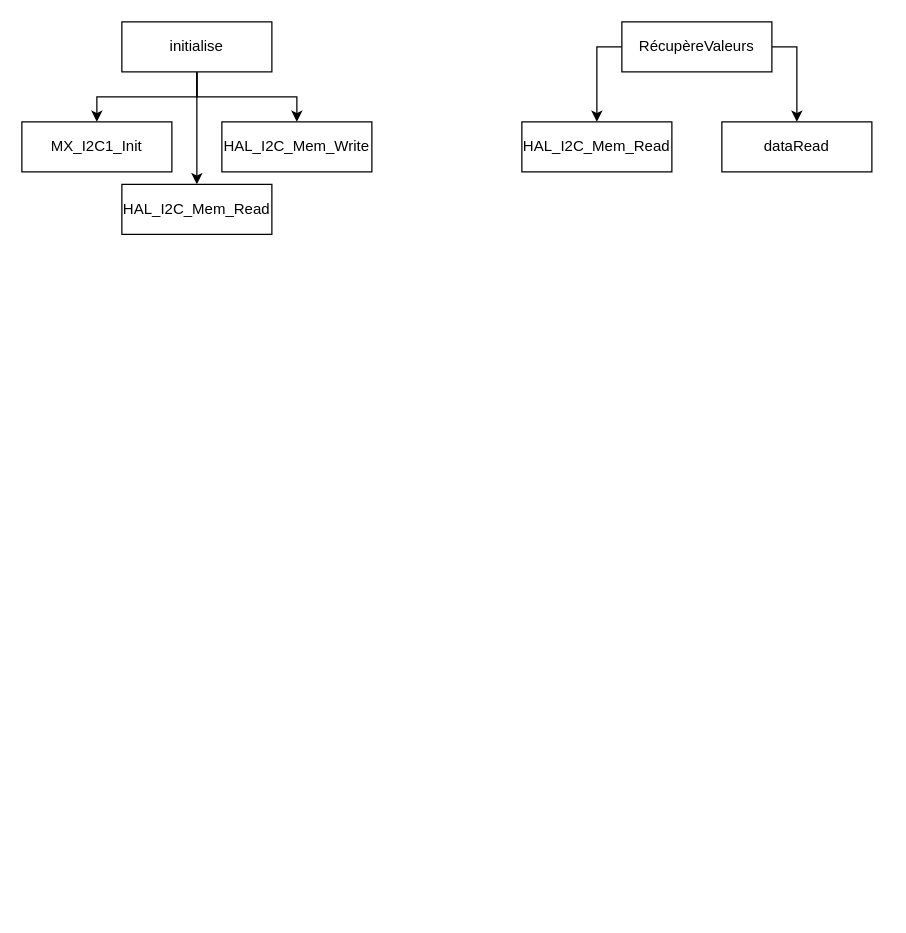
ETheoParis/ProjetDroneENSEA2023 keeps this draw.io diagram as Software/Fonctions MPU5060.drawio. Above is the earlier version. Source tidied: cells renumbered, new cells numbered last; positions are measured from the earlier drawing's top-left corner, leaving out a move shared by most shapes. Both pictures are drawn from the tidied source at 125%, with x=0, y=0 at pixel (21, 21).
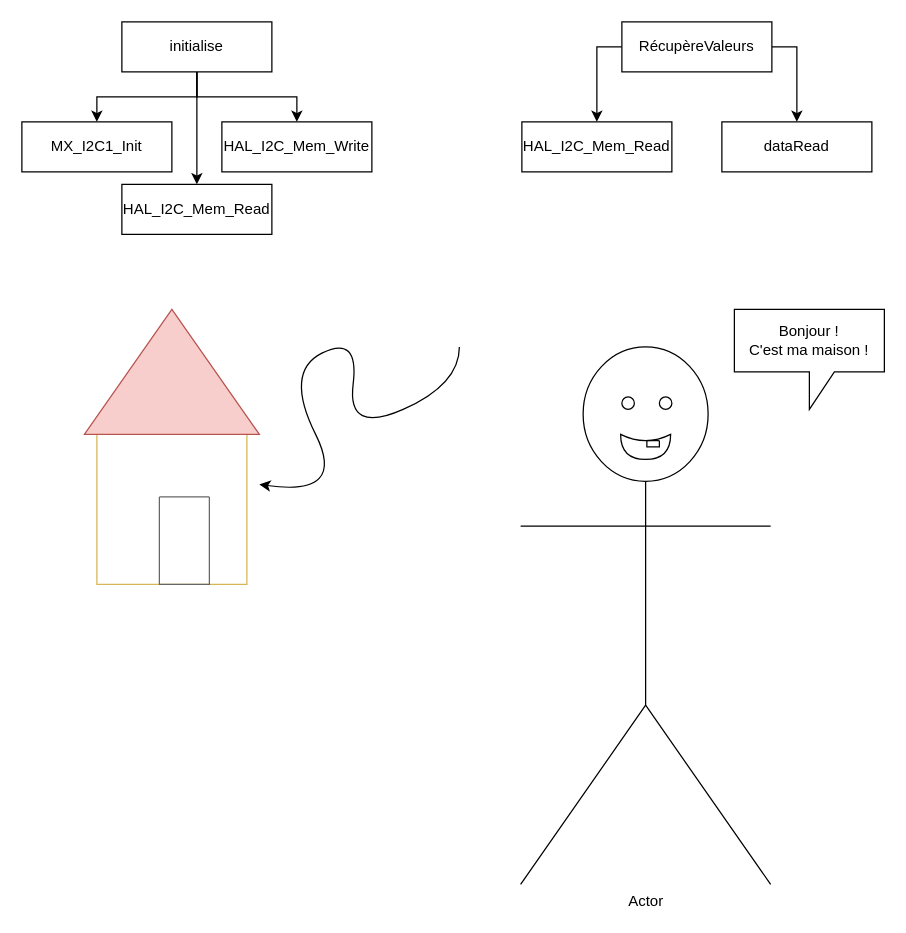
The same diagram, later.

Commit message (it also covers changes not shown here):
Mettre à jour Fonctions MPU5060.drawio

Change to the diagram source:
```diff
@@
+    <mxCell id="14" value="Actor" style="shape=umlActor;verticalLabelPosition=bottom;verticalAlign=top;html=1;" parent="1" vertex="1">
+      <mxGeometry x="399" y="260" width="200" height="430" as="geometry" />
+    </mxCell>
+    <mxCell id="15" value="Bonjour !&lt;br&gt;C'est ma maison !" style="shape=callout;whiteSpace=wrap;html=1;perimeter=calloutPerimeter;" parent="1" vertex="1">
+      <mxGeometry x="570" y="230" width="120" height="80" as="geometry" />
+    </mxCell>
+    <mxCell id="16" style="swimlane;startSize=0;fillColor=#fff2cc;strokeColor=#d6b656;fillStyle=auto;" parent="1" vertex="1">
+      <mxGeometry x="60" y="330" width="120" height="120" as="geometry" />
+    </mxCell>
+    <mxCell id="17" style="swimlane;startSize=0;fillColor=#f5f5f5;fontColor=#333333;strokeColor=#666666;" parent="16" vertex="1">
+      <mxGeometry x="50" y="50" width="40" height="70" as="geometry" />
+    </mxCell>
+    <mxCell id="18" style="triangle;whiteSpace=wrap;html=1;rotation=-90;fillColor=#f8cecc;strokeColor=#b85450;" parent="1" vertex="1">
+      <mxGeometry x="70" y="210" width="100" height="140" as="geometry" />
+    </mxCell>
+    <mxCell id="19" style="curved=1;endArrow=classic;html=1;rounded=0;" parent="1" edge="1">
+      <mxGeometry relative="1" as="geometry">
+        <mxPoint x="350" y="260" as="sourcePoint" />
+        <mxPoint x="190" y="370" as="targetPoint" />
+        <Array as="points">
+          <mxPoint x="350" y="290" />
+          <mxPoint x="260" y="330" />
+          <mxPoint x="270" y="250" />
+          <mxPoint x="210" y="280" />
+          <mxPoint x="260" y="380" />
+        </Array>
+      </mxGeometry>
+    </mxCell>
+    <mxCell id="20" style="ellipse;whiteSpace=wrap;html=1;" parent="1" vertex="1">
+      <mxGeometry x="480" y="300" width="10" height="10" as="geometry" />
+    </mxCell>
+    <mxCell id="21" style="ellipse;whiteSpace=wrap;html=1;" parent="1" vertex="1">
+      <mxGeometry x="510" y="300" width="10" height="10" as="geometry" />
+    </mxCell>
+    <mxCell id="22" style="shape=xor;whiteSpace=wrap;html=1;rotation=90;" parent="1" vertex="1">
+      <mxGeometry x="489" y="320" width="20" height="40" as="geometry" />
+    </mxCell>
+    <mxCell id="23" style="swimlane;startSize=0;" parent="1" vertex="1" collapsed="1">
+      <mxGeometry x="500" y="335" width="10" height="5" as="geometry" />
+    </mxCell>
```
